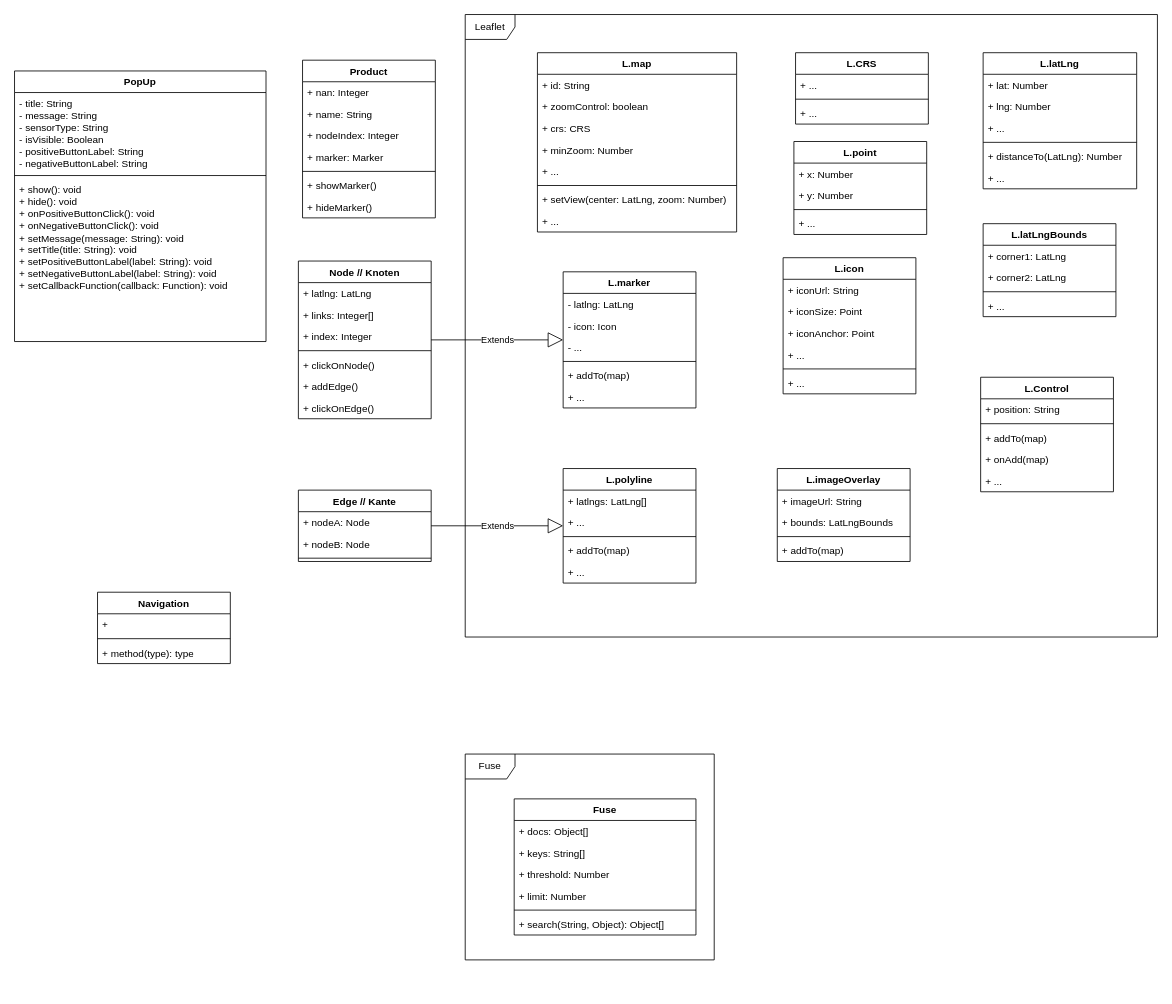
Above: drawio/klassen.drawio in danielgilbers/indoor-navigation (draw.io), before the change. Source tidied: cells renumbered, new cells numbered last; positions are measured from the earlier drawing's top-left corner, leaving out a move shared by most shapes. Both pictures are drawn from the tidied source at 83%, with x=0, y=0 at pixel (14, 14).
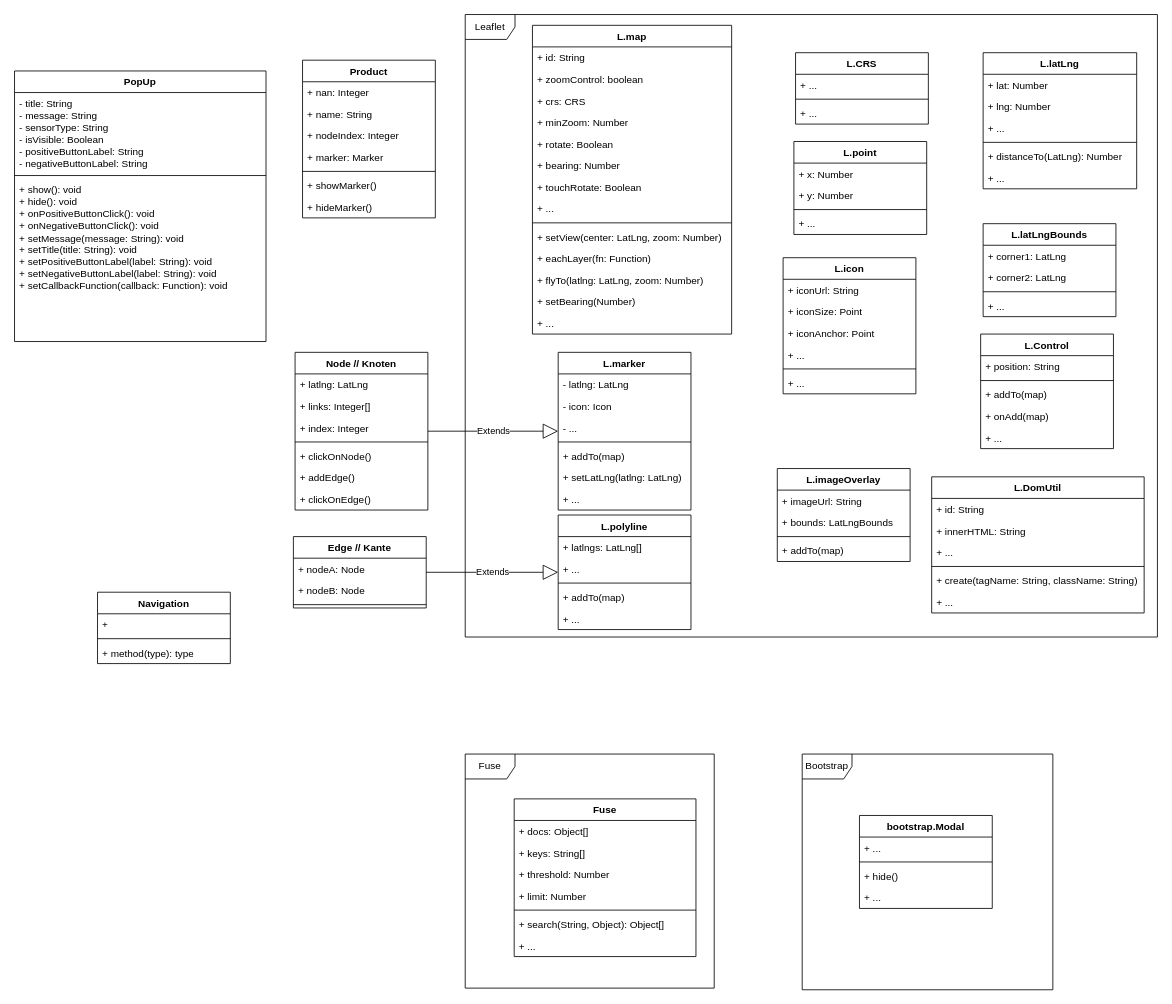
Above is the later version.

What changed in the source:
```diff
@@
     <mxCell id="3" value="Node // Knoten" style="swimlane;fontStyle=1;align=center;verticalAlign=top;horizontal=1;startSize=26;" parent="1" vertex="1">
-      <mxGeometry x="342" y="297" width="160" height="190" as="geometry" />
+      <mxGeometry x="338" y="407" width="160" height="190" as="geometry" />
     </mxCell>
@@
     <mxCell id="11" value="L.marker" style="swimlane;fontStyle=1;align=center;verticalAlign=top;horizontal=1;startSize=26;" parent="1" vertex="1">
-      <mxGeometry x="661" y="310" width="160" height="164" as="geometry" />
+      <mxGeometry x="655" y="407" width="160" height="190" as="geometry" />
     </mxCell>
@@
+    <mxCell id="102" value="+ setLatLng(latlng: LatLng)" style="text;strokeColor=none;fillColor=none;align=left;verticalAlign=top;spacingLeft=4;spacingRight=4;overflow=hidden;" parent="11" vertex="1">
+      <mxGeometry y="138" width="160" height="26" as="geometry" />
+    </mxCell>
     <mxCell id="17" value="+ ..." style="text;strokeColor=none;fillColor=none;align=left;verticalAlign=top;spacingLeft=4;spacingRight=4;overflow=hidden;" parent="11" vertex="1">
-      <mxGeometry y="138" width="160" height="26" as="geometry" />
+      <mxGeometry y="164" width="160" height="26" as="geometry" />
     </mxCell>
@@
     <mxCell id="38" value="L.map" style="swimlane;fontStyle=1;align=center;verticalAlign=top;horizontal=1;startSize=26;" parent="1" vertex="1">
-      <mxGeometry x="630" y="46" width="240" height="216" as="geometry" />
+      <mxGeometry x="624" y="13" width="240" height="372" as="geometry" />
     </mxCell>
@@
+    <mxCell id="103" value="+ rotate: Boolean" style="text;strokeColor=none;fillColor=none;align=left;verticalAlign=top;spacingLeft=4;spacingRight=4;overflow=hidden;" parent="38" vertex="1">
+      <mxGeometry y="130" width="240" height="26" as="geometry" />
+    </mxCell>
+    <mxCell id="104" value="+ bearing: Number" style="text;strokeColor=none;fillColor=none;align=left;verticalAlign=top;spacingLeft=4;spacingRight=4;overflow=hidden;" parent="38" vertex="1">
+      <mxGeometry y="156" width="240" height="26" as="geometry" />
+    </mxCell>
+    <mxCell id="105" value="+ touchRotate: Boolean" style="text;strokeColor=none;fillColor=none;align=left;verticalAlign=top;spacingLeft=4;spacingRight=4;overflow=hidden;" parent="38" vertex="1">
+      <mxGeometry y="182" width="240" height="26" as="geometry" />
+    </mxCell>
     <mxCell id="43" value="+ ..." style="text;strokeColor=none;fillColor=none;align=left;verticalAlign=top;spacingLeft=4;spacingRight=4;overflow=hidden;" parent="38" vertex="1">
-      <mxGeometry y="130" width="240" height="26" as="geometry" />
+      <mxGeometry y="208" width="240" height="26" as="geometry" />
     </mxCell>
     <mxCell id="44" style="line;strokeWidth=1;fillColor=none;align=left;verticalAlign=middle;spacingTop=-1;spacingLeft=3;spacingRight=3;labelPosition=right;strokeColor=inherit;" parent="38" vertex="1">
-      <mxGeometry y="156" width="240" height="8" as="geometry" />
+      <mxGeometry y="234" width="240" height="8" as="geometry" />
     </mxCell>
     <mxCell id="45" value="+ setView(center: LatLng, zoom: Number)" style="text;strokeColor=none;fillColor=none;align=left;verticalAlign=top;spacingLeft=4;spacingRight=4;overflow=hidden;" parent="38" vertex="1">
-      <mxGeometry y="164" width="240" height="26" as="geometry" />
+      <mxGeometry y="242" width="240" height="26" as="geometry" />
     </mxCell>
+    <mxCell id="106" value="+ eachLayer(fn: Function)" style="text;strokeColor=none;fillColor=none;align=left;verticalAlign=top;spacingLeft=4;spacingRight=4;overflow=hidden;" parent="38" vertex="1">
+      <mxGeometry y="268" width="240" height="26" as="geometry" />
+    </mxCell>
+    <mxCell id="107" value="+ flyTo(latlng: LatLng, zoom: Number)" style="text;strokeColor=none;fillColor=none;align=left;verticalAlign=top;spacingLeft=4;spacingRight=4;overflow=hidden;" parent="38" vertex="1">
+      <mxGeometry y="294" width="240" height="26" as="geometry" />
+    </mxCell>
+    <mxCell id="108" value="+ setBearing(Number)" style="text;strokeColor=none;fillColor=none;align=left;verticalAlign=top;spacingLeft=4;spacingRight=4;overflow=hidden;" parent="38" vertex="1">
+      <mxGeometry y="320" width="240" height="26" as="geometry" />
+    </mxCell>
     <mxCell id="46" value="+ ..." style="text;strokeColor=none;fillColor=none;align=left;verticalAlign=top;spacingLeft=4;spacingRight=4;overflow=hidden;" parent="38" vertex="1">
-      <mxGeometry y="190" width="240" height="26" as="geometry" />
+      <mxGeometry y="346" width="240" height="26" as="geometry" />
     </mxCell>
@@
     <mxCell id="61" value="L.polyline" style="swimlane;fontStyle=1;align=center;verticalAlign=top;horizontal=1;startSize=26;" parent="1" vertex="1">
-      <mxGeometry x="661" y="547" width="160" height="138" as="geometry" />
+      <mxGeometry x="655" y="603" width="160" height="138" as="geometry" />
     </mxCell>
@@
     <mxCell id="67" value="Edge // Kante" style="swimlane;fontStyle=1;align=center;verticalAlign=top;horizontal=1;startSize=26;" parent="1" vertex="1">
-      <mxGeometry x="342" y="573" width="160" height="86" as="geometry" />
+      <mxGeometry x="336" y="629" width="160" height="86" as="geometry" />
     </mxCell>
@@
     <mxCell id="72" value="L.Control" style="swimlane;fontStyle=1;align=center;verticalAlign=top;horizontal=1;startSize=26;" parent="1" vertex="1">
-      <mxGeometry x="1164" y="437" width="160" height="138" as="geometry" />
+      <mxGeometry x="1164" y="385" width="160" height="138" as="geometry" />
     </mxCell>
@@
     <mxCell id="94" value="Fuse" style="shape=umlFrame;whiteSpace=wrap;html=1;" parent="1" vertex="1">
-      <mxGeometry x="543" y="891" width="300" height="248" as="geometry" />
+      <mxGeometry x="543" y="891" width="300" height="282" as="geometry" />
     </mxCell>
     <mxCell id="95" value="Fuse" style="swimlane;fontStyle=1;align=center;verticalAlign=top;horizontal=1;startSize=26;" parent="1" vertex="1">
-      <mxGeometry x="602" y="945" width="219" height="164" as="geometry" />
+      <mxGeometry x="602" y="945" width="219" height="190" as="geometry" />
     </mxCell>
@@
+    <mxCell id="109" value="+ ..." style="text;strokeColor=none;fillColor=none;align=left;verticalAlign=top;spacingLeft=4;spacingRight=4;overflow=hidden;" parent="95" vertex="1">
+      <mxGeometry y="164" width="219" height="26" as="geometry" />
+    </mxCell>
+    <mxCell id="110" value="bootstrap.Modal" style="swimlane;fontStyle=1;align=center;verticalAlign=top;horizontal=1;startSize=26;" parent="1" vertex="1">
+      <mxGeometry x="1018" y="965" width="160" height="112" as="geometry" />
+    </mxCell>
+    <mxCell id="111" value="+ ..." style="text;strokeColor=none;fillColor=none;align=left;verticalAlign=top;spacingLeft=4;spacingRight=4;overflow=hidden;" parent="110" vertex="1">
+      <mxGeometry y="26" width="160" height="26" as="geometry" />
+    </mxCell>
+    <mxCell id="112" style="line;strokeWidth=1;fillColor=none;align=left;verticalAlign=middle;spacingTop=-1;spacingLeft=3;spacingRight=3;labelPosition=right;strokeColor=inherit;" parent="110" vertex="1">
+      <mxGeometry y="52" width="160" height="8" as="geometry" />
+    </mxCell>
+    <mxCell id="113" value="+ hide()" style="text;strokeColor=none;fillColor=none;align=left;verticalAlign=top;spacingLeft=4;spacingRight=4;overflow=hidden;" parent="110" vertex="1">
+      <mxGeometry y="60" width="160" height="26" as="geometry" />
+    </mxCell>
+    <mxCell id="114" value="+ ..." style="text;strokeColor=none;fillColor=none;align=left;verticalAlign=top;spacingLeft=4;spacingRight=4;overflow=hidden;" parent="110" vertex="1">
+      <mxGeometry y="86" width="160" height="26" as="geometry" />
+    </mxCell>
+    <mxCell id="115" value="Bootstrap" style="shape=umlFrame;whiteSpace=wrap;html=1;" parent="1" vertex="1">
+      <mxGeometry x="949" y="891" width="302" height="284" as="geometry" />
+    </mxCell>
+    <mxCell id="116" value="L.DomUtil" style="swimlane;fontStyle=1;align=center;verticalAlign=top;horizontal=1;startSize=26;" parent="1" vertex="1">
+      <mxGeometry x="1105" y="557" width="256" height="164" as="geometry" />
+    </mxCell>
+    <mxCell id="117" value="+ id: String" style="text;strokeColor=none;fillColor=none;align=left;verticalAlign=top;spacingLeft=4;spacingRight=4;overflow=hidden;" parent="116" vertex="1">
+      <mxGeometry y="26" width="256" height="26" as="geometry" />
+    </mxCell>
+    <mxCell id="118" value="+ innerHTML: String" style="text;strokeColor=none;fillColor=none;align=left;verticalAlign=top;spacingLeft=4;spacingRight=4;overflow=hidden;" parent="116" vertex="1">
+      <mxGeometry y="52" width="256" height="26" as="geometry" />
+    </mxCell>
+    <mxCell id="119" value="+ ..." style="text;strokeColor=none;fillColor=none;align=left;verticalAlign=top;spacingLeft=4;spacingRight=4;overflow=hidden;" parent="116" vertex="1">
+      <mxGeometry y="78" width="256" height="26" as="geometry" />
+    </mxCell>
+    <mxCell id="120" style="line;strokeWidth=1;fillColor=none;align=left;verticalAlign=middle;spacingTop=-1;spacingLeft=3;spacingRight=3;labelPosition=right;strokeColor=inherit;" parent="116" vertex="1">
+      <mxGeometry y="104" width="256" height="8" as="geometry" />
+    </mxCell>
+    <mxCell id="121" value="+ create(tagName: String, className: String)" style="text;strokeColor=none;fillColor=none;align=left;verticalAlign=top;spacingLeft=4;spacingRight=4;overflow=hidden;" parent="116" vertex="1">
+      <mxGeometry y="112" width="256" height="26" as="geometry" />
+    </mxCell>
+    <mxCell id="122" value="+ ..." style="text;strokeColor=none;fillColor=none;align=left;verticalAlign=top;spacingLeft=4;spacingRight=4;overflow=hidden;" parent="116" vertex="1">
+      <mxGeometry y="138" width="256" height="26" as="geometry" />
+    </mxCell>
```
